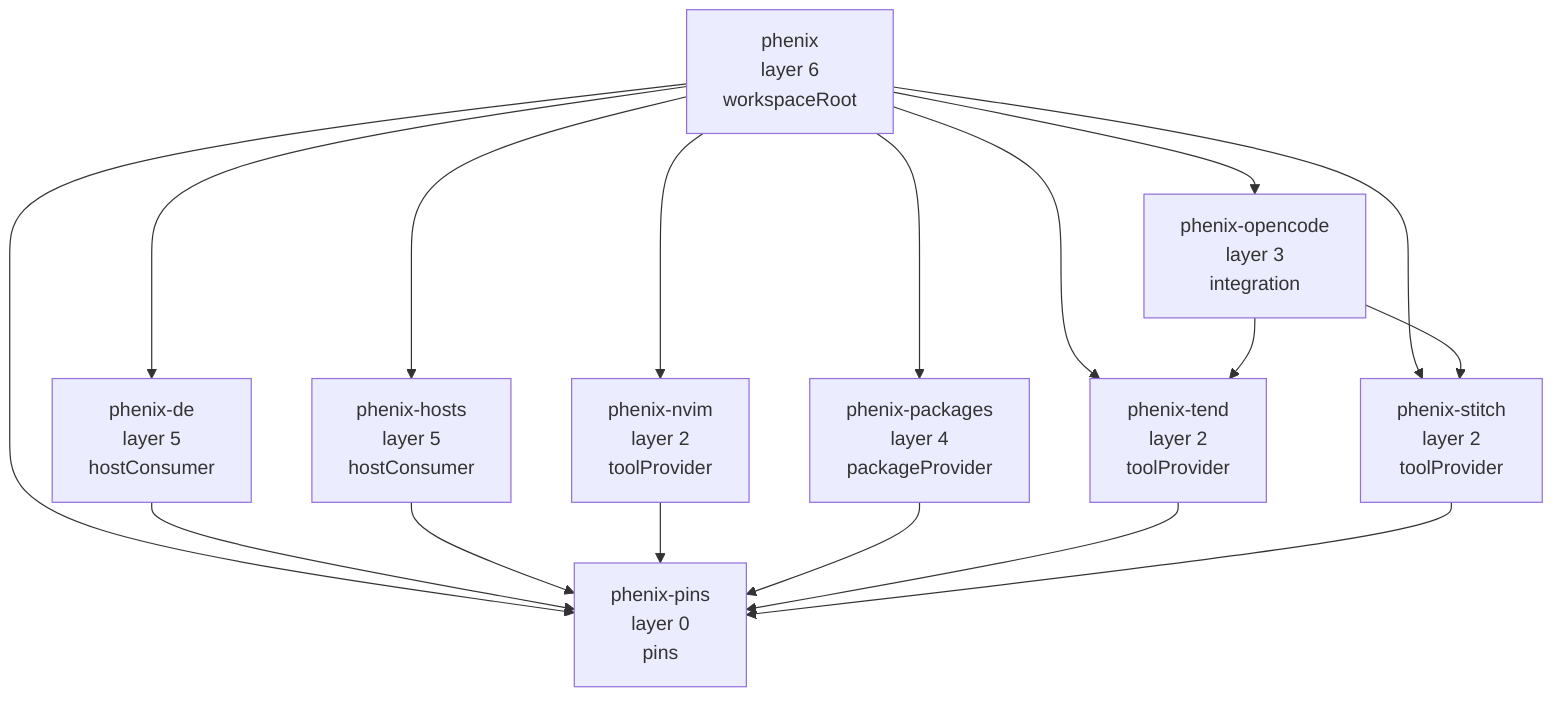
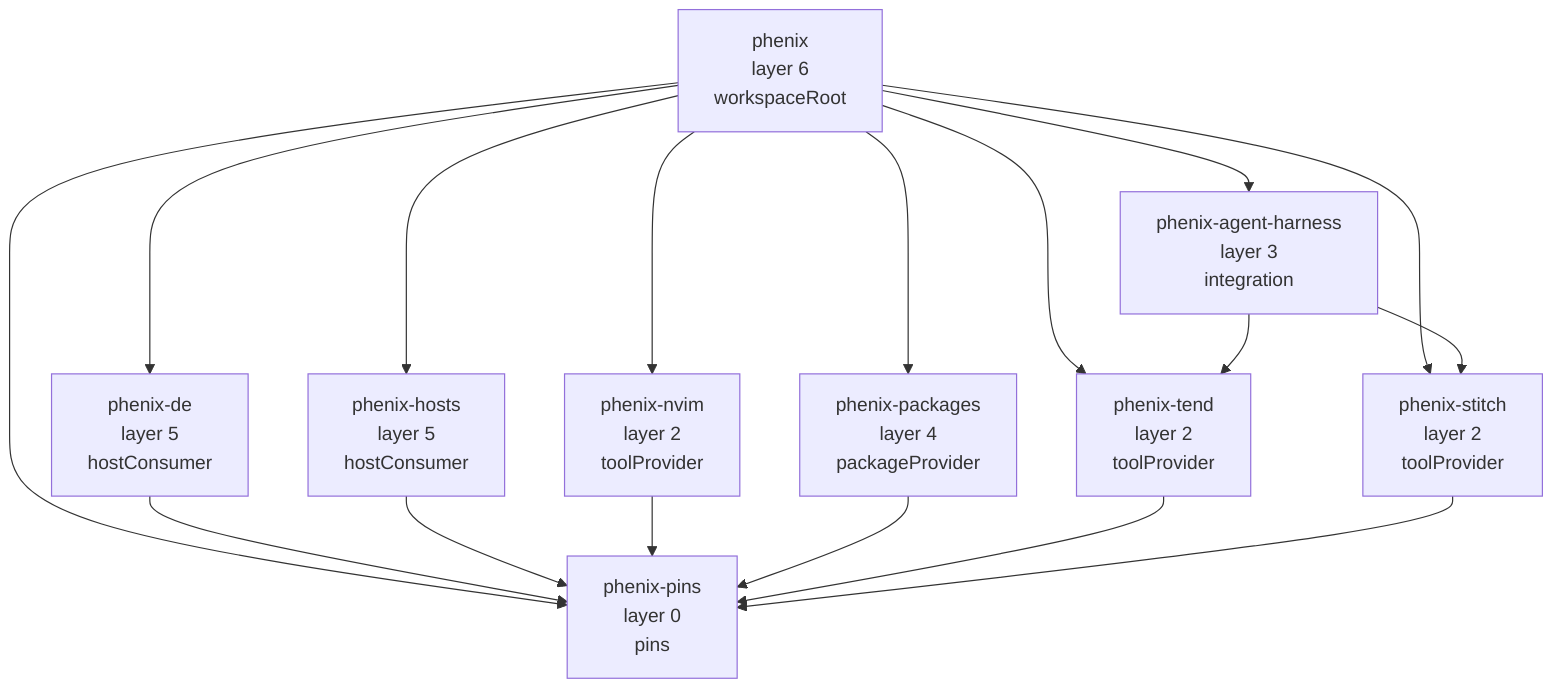
flowchart TD
  phenix[phenix<br/>layer 6<br/>workspaceRoot]
  phenix_de[phenix-de<br/>layer 5<br/>hostConsumer]
  phenix_hosts[phenix-hosts<br/>layer 5<br/>hostConsumer]
  phenix_nvim[phenix-nvim<br/>layer 2<br/>toolProvider]
  phenix_packages[phenix-packages<br/>layer 4<br/>packageProvider]
  phenix_pins[phenix-pins<br/>layer 0<br/>pins]
  phenix_tend[phenix-tend<br/>layer 2<br/>toolProvider]
  phenix_stitch[phenix-stitch<br/>layer 2<br/>toolProvider]
-   phenix_opencode[phenix-opencode<br/>layer 3<br/>integration]
+   phenix_agent_harness[phenix-agent-harness<br/>layer 3<br/>integration]
  phenix --> phenix_de
  phenix --> phenix_hosts
  phenix --> phenix_nvim
  phenix --> phenix_packages
  phenix --> phenix_pins
  phenix --> phenix_tend
  phenix --> phenix_stitch
-   phenix --> phenix_opencode
+   phenix --> phenix_agent_harness
  phenix_de --> phenix_pins
  phenix_hosts --> phenix_pins
  phenix_nvim --> phenix_pins
  phenix_packages --> phenix_pins
  phenix_tend --> phenix_pins
  phenix_stitch --> phenix_pins
-   phenix_opencode --> phenix_tend
-   phenix_opencode --> phenix_stitch
+   phenix_agent_harness --> phenix_tend
+   phenix_agent_harness --> phenix_stitch
